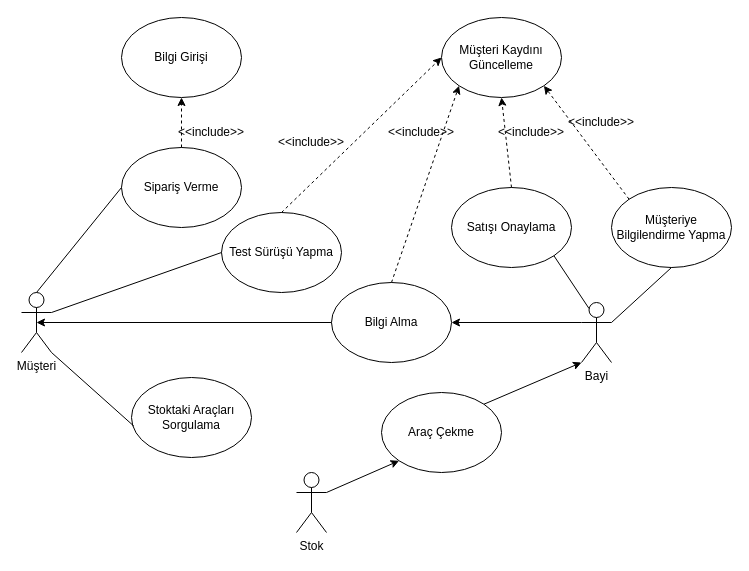
Above: kullanim_senaryo.drawio in Ahmet-MahirDEMIRELLI/Birinci_El_Arac_Satis_Bilgi_Sistemi (draw.io), before the change. Source tidied: cells renumbered, new cells numbered last; positions are measured from the earlier drawing's top-left corner, leaving out a move shared by most shapes. Both pictures are drawn from the tidied source at 100%, with x=0, y=0 at pixel (21, 17).
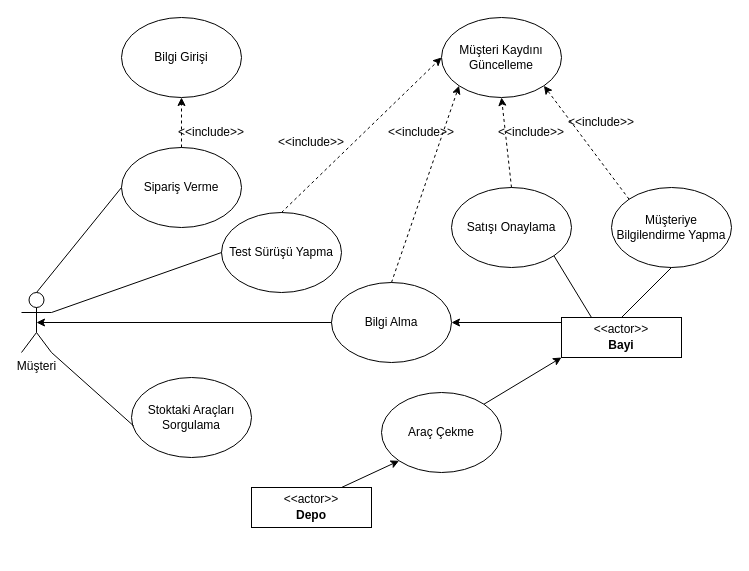
The same diagram, later.

Commit message:
kullanim_senaryo updated

The change refers to these unchanged cells:
```xml
<mxCell id="7" value="Araç Çekme" style="ellipse;whiteSpace=wrap;html=1;" parent="1" vertex="1">
  <mxGeometry x="360" y="375" width="120" height="80" as="geometry" />
</mxCell>
<mxCell id="10" value="Müşteriye Bilgilendirme Yapma" style="ellipse;whiteSpace=wrap;html=1;" parent="1" vertex="1">
  <mxGeometry x="590" y="170" width="120" height="80" as="geometry" />
</mxCell>
<mxCell id="14" value="Bilgi Alma" style="ellipse;whiteSpace=wrap;html=1;" parent="1" vertex="1">
  <mxGeometry x="310" y="265" width="120" height="80" as="geometry" />
</mxCell>
<mxCell id="22" value="Satışı Onaylama" style="ellipse;whiteSpace=wrap;html=1;" parent="1" vertex="1">
  <mxGeometry x="430" y="170" width="120" height="80" as="geometry" />
</mxCell>
```

What changed in the source:
```diff
@@
-    <mxCell id="3" value="Bayi" style="shape=umlActor;verticalLabelPosition=bottom;verticalAlign=top;html=1;outlineConnect=0;textShadow=0;" parent="1" vertex="1">
-      <mxGeometry x="560" y="285" width="30" height="60" as="geometry" />
-    </mxCell>
@@
-    <mxCell id="6" value="Stok" style="shape=umlActor;verticalLabelPosition=bottom;verticalAlign=top;html=1;outlineConnect=0;textShadow=0;" parent="1" vertex="1">
-      <mxGeometry x="275" y="455" width="30" height="60" as="geometry" />
-    </mxCell>
@@
-    <mxCell id="8" style="endArrow=classic;html=1;rounded=0;exitX=1;exitY=0.3333333333333333;exitDx=0;exitDy=0;exitPerimeter=0;entryX=0;entryY=1;entryDx=0;entryDy=0;" parent="1" edge="1" source="6" target="7">
+    <mxCell id="8" style="endArrow=classic;html=1;rounded=0;exitX=0.75;exitY=0;exitDx=0;exitDy=0;entryX=0;entryY=1;entryDx=0;entryDy=0;" parent="1" edge="1" source="36" target="7">
       <mxGeometry relative="1" as="geometry" />
     </mxCell>
-    <mxCell id="9" style="endArrow=classic;html=1;rounded=0;exitX=1;exitY=0;exitDx=0;exitDy=0;entryX=0;entryY=1;entryDx=0;entryDy=0;entryPerimeter=0;" parent="1" edge="1" source="7" target="3">
+    <mxCell id="9" style="endArrow=classic;html=1;rounded=0;exitX=1;exitY=0;exitDx=0;exitDy=0;entryX=0;entryY=1;entryDx=0;entryDy=0;" parent="1" edge="1" source="7" target="3">
       <mxGeometry relative="1" as="geometry" />
     </mxCell>
@@
-    <mxCell id="11" style="endArrow=none;html=1;rounded=0;entryX=1;entryY=0.3333333333333333;entryDx=0;entryDy=0;entryPerimeter=0;exitX=0.5;exitY=1;exitDx=0;exitDy=0;" parent="1" edge="1" source="10" target="3">
+    <mxCell id="11" style="endArrow=none;html=1;rounded=0;entryX=0.5;entryY=0;entryDx=0;entryDy=0;exitX=0.5;exitY=1;exitDx=0;exitDy=0;" parent="1" edge="1" source="10" target="34">
       <mxGeometry relative="1" as="geometry" />
     </mxCell>
@@
-    <mxCell id="15" style="endArrow=classic;html=1;rounded=0;exitX=0;exitY=0.3333333333333333;exitDx=0;exitDy=0;exitPerimeter=0;entryX=1;entryY=0.5;entryDx=0;entryDy=0;" parent="1" edge="1" source="3" target="14">
+    <mxCell id="15" style="endArrow=classic;html=1;rounded=0;exitX=0;exitY=0.25;exitDx=0;exitDy=0;entryX=1;entryY=0.5;entryDx=0;entryDy=0;" parent="1" edge="1" source="34" target="14">
       <mxGeometry relative="1" as="geometry" />
     </mxCell>
@@
-    <mxCell id="23" style="endArrow=none;html=1;rounded=0;exitX=0.25;exitY=0.1;exitDx=0;exitDy=0;exitPerimeter=0;entryX=1;entryY=1;entryDx=0;entryDy=0;" parent="1" edge="1" source="3" target="22">
+    <mxCell id="23" style="endArrow=none;html=1;rounded=0;exitX=0.25;exitY=0;exitDx=0;exitDy=0;entryX=1;entryY=1;entryDx=0;entryDy=0;" parent="1" edge="1" source="34" target="22">
       <mxGeometry relative="1" as="geometry" />
     </mxCell>
@@
+    <mxCell id="33" style="fontStyle=1;align=center;verticalAlign=middle;horizontal=1;" parent="1" vertex="1">
+      <mxGeometry x="540" y="300" width="120" height="40" as="geometry" />
+    </mxCell>
+    <mxCell id="34" value="&amp;lt;&amp;lt;actor&amp;gt;&amp;gt;" style="html=1;align=center;spacing=0;verticalAlign=middle;strokeColor=none;fillColor=none;whiteSpace=wrap;spacingTop=3;" parent="33" vertex="1">
+      <mxGeometry width="120" height="20" as="geometry" />
+    </mxCell>
+    <mxCell id="3" value="Bayi" style="html=1;align=center;spacing=0;verticalAlign=middle;strokeColor=none;fillColor=none;whiteSpace=wrap;spacingBottom=4;fontStyle=1;" parent="33" vertex="1">
+      <mxGeometry y="20" width="120" height="20" as="geometry" />
+    </mxCell>
+    <mxCell id="35" style="fontStyle=1;align=center;verticalAlign=middle;horizontal=1;" parent="1" vertex="1">
+      <mxGeometry x="230" y="470" width="120" height="40" as="geometry" />
+    </mxCell>
+    <mxCell id="36" value="&amp;lt;&amp;lt;actor&amp;gt;&amp;gt;" style="html=1;align=center;spacing=0;verticalAlign=middle;strokeColor=none;fillColor=none;whiteSpace=wrap;spacingTop=3;" parent="35" vertex="1">
+      <mxGeometry width="120" height="20" as="geometry" />
+    </mxCell>
+    <mxCell id="37" value="Depo" style="html=1;align=center;spacing=0;verticalAlign=middle;strokeColor=none;fillColor=none;whiteSpace=wrap;spacingBottom=4;fontStyle=1;" parent="35" vertex="1">
+      <mxGeometry y="20" width="120" height="20" as="geometry" />
+    </mxCell>
```
